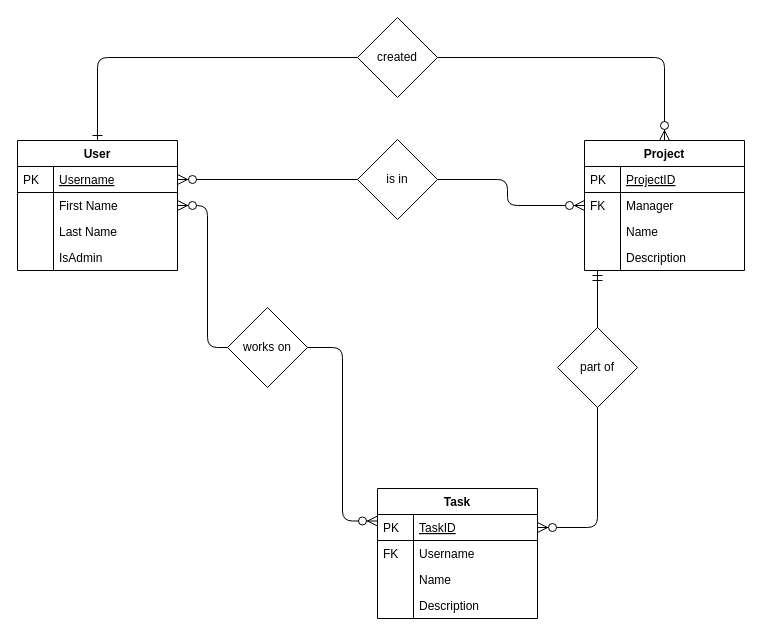
This is documentation/ERdiagram.drawio from m24goller09/Webapplication, a draw.io file, before an edit. Source tidied: cells renumbered, new cells numbered last; positions are measured from the earlier drawing's top-left corner, leaving out a move shared by most shapes. Both pictures are drawn from the tidied source at 100%, with x=0, y=0 at pixel (17, 17).
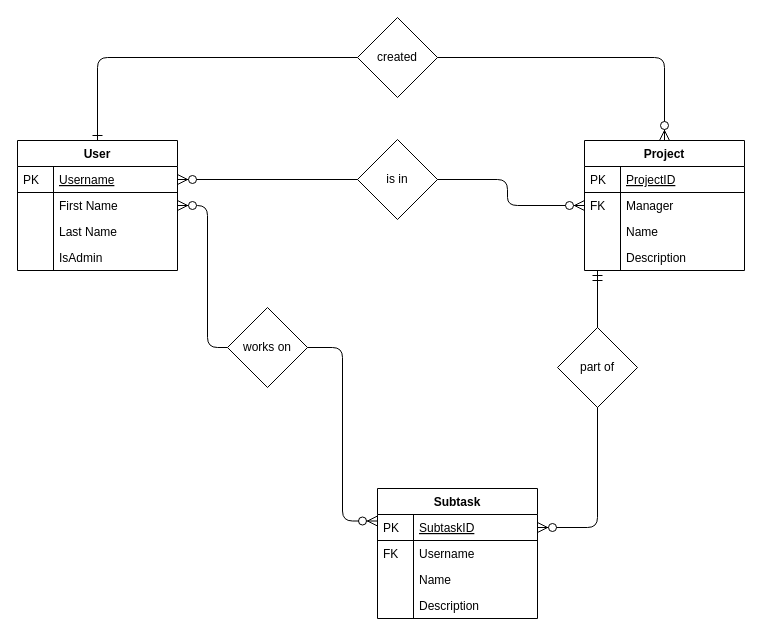
After the change.

Commit message (it also covers changes not shown here):
Rename Task to Subtask

Diff of the diagram source:
```diff
@@
-    <mxCell id="22" value="Task" style="swimlane;fontStyle=1;horizontal=1;startSize=26;rounded=0;shadow=0;strokeWidth=1;" parent="1" vertex="1">
+    <mxCell id="22" value="Subtask" style="swimlane;fontStyle=1;horizontal=1;startSize=26;rounded=0;shadow=0;strokeWidth=1;" parent="1" vertex="1">
       <mxGeometry x="360" y="471" width="160" height="130" as="geometry" />
     </mxCell>
-    <mxCell id="23" value="TaskID" style="shape=partialRectangle;top=0;left=0;right=0;bottom=1;align=left;verticalAlign=top;fillColor=none;spacingLeft=40;spacingRight=4;overflow=hidden;points=[[0,0.5],[1,0.5]];portConstraint=eastwest;rounded=0;shadow=0;strokeWidth=1;fontStyle=4;" parent="22" vertex="1">
+    <mxCell id="23" value="SubtaskID" style="shape=partialRectangle;top=0;left=0;right=0;bottom=1;align=left;verticalAlign=top;fillColor=none;spacingLeft=40;spacingRight=4;overflow=hidden;points=[[0,0.5],[1,0.5]];portConstraint=eastwest;rounded=0;shadow=0;strokeWidth=1;fontStyle=4;" parent="22" vertex="1">
       <mxGeometry y="26" width="160" height="26" as="geometry" />
     </mxCell>
```
